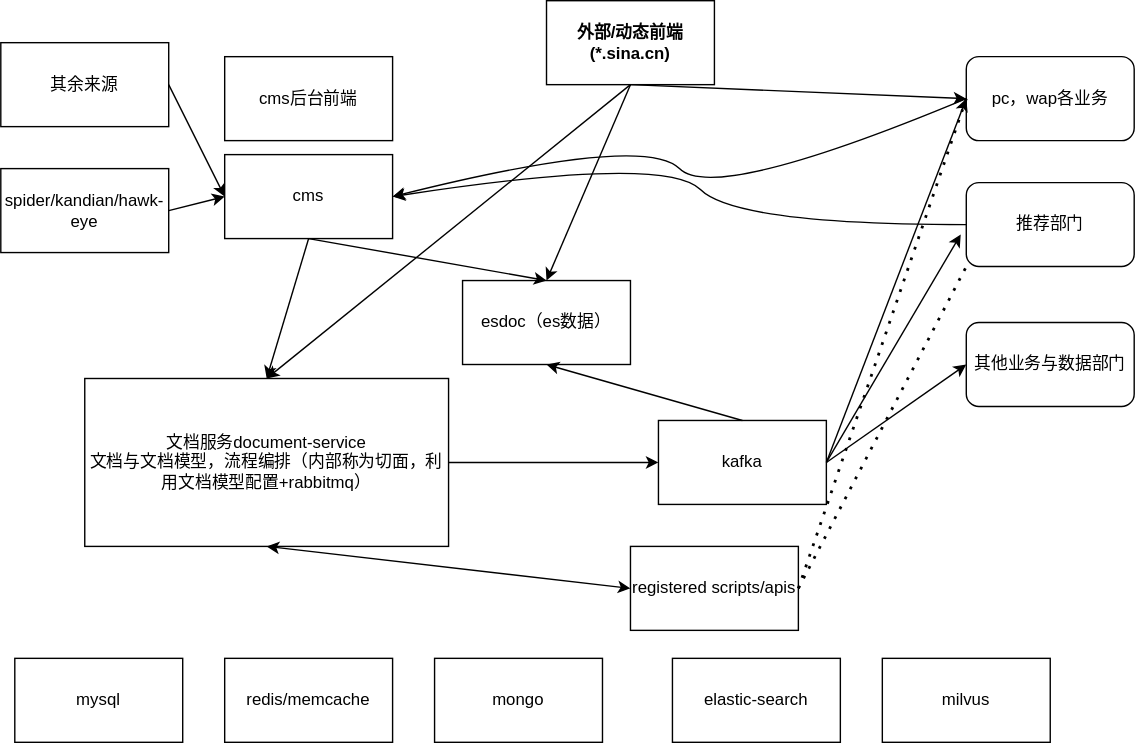
This is draws/entity_relation.drawio.svg from neoxue/simple-tools, a draw.io export, as it was before one commit. Source tidied: cells renumbered, new cells last; positions are measured from the earlier drawing's top-left corner, leaving out a move shared by most shapes.
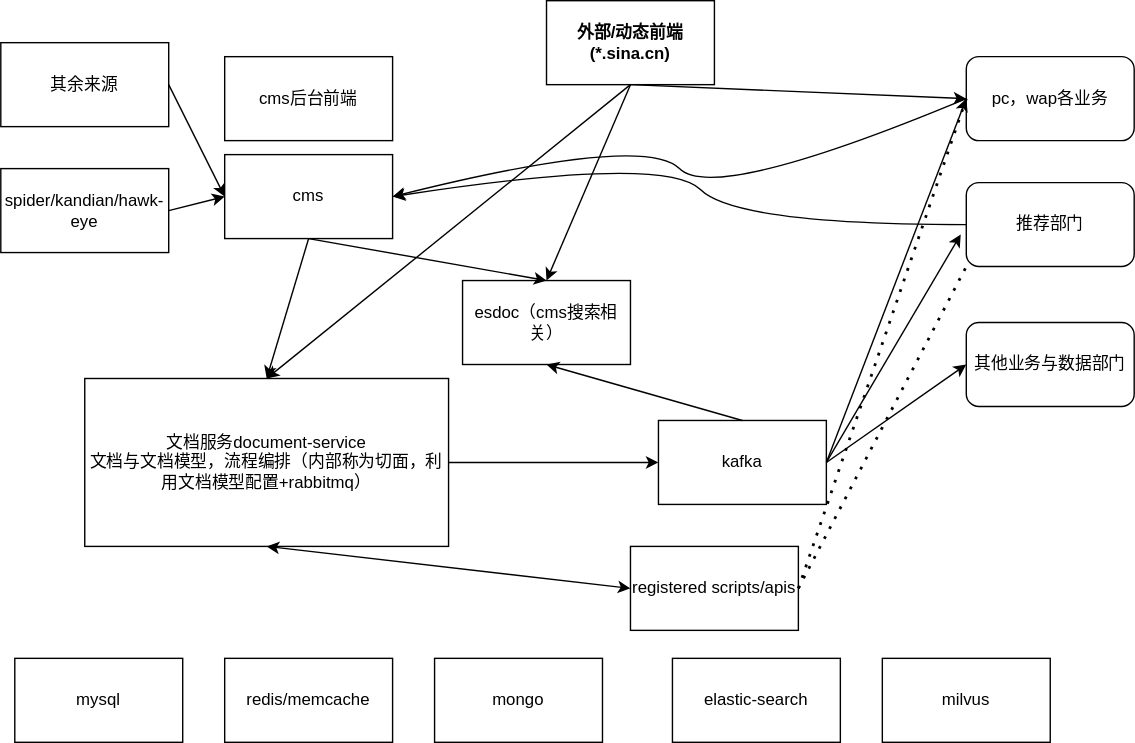
The same diagram one commit later.

The edit, as a diff of the source:
```diff
@@ -23,7 +23,7 @@
     <mxCell id="8" value="elastic-search" style="rounded=0;whiteSpace=wrap;html=1;" parent="1" vertex="1">
       <mxGeometry x="480" y="470" width="120" height="60" as="geometry" />
     </mxCell>
-    <mxCell id="9" value="esdoc（es数据）" style="rounded=0;whiteSpace=wrap;html=1;" parent="1" vertex="1">
+    <mxCell id="9" value="esdoc（cms搜索相关）" style="rounded=0;whiteSpace=wrap;html=1;" parent="1" vertex="1">
       <mxGeometry x="330" y="200" width="120" height="60" as="geometry" />
     </mxCell>
     <mxCell id="10" value="spider/kandian/hawk-eye" style="rounded=0;whiteSpace=wrap;html=1;" parent="1" vertex="1">
```
